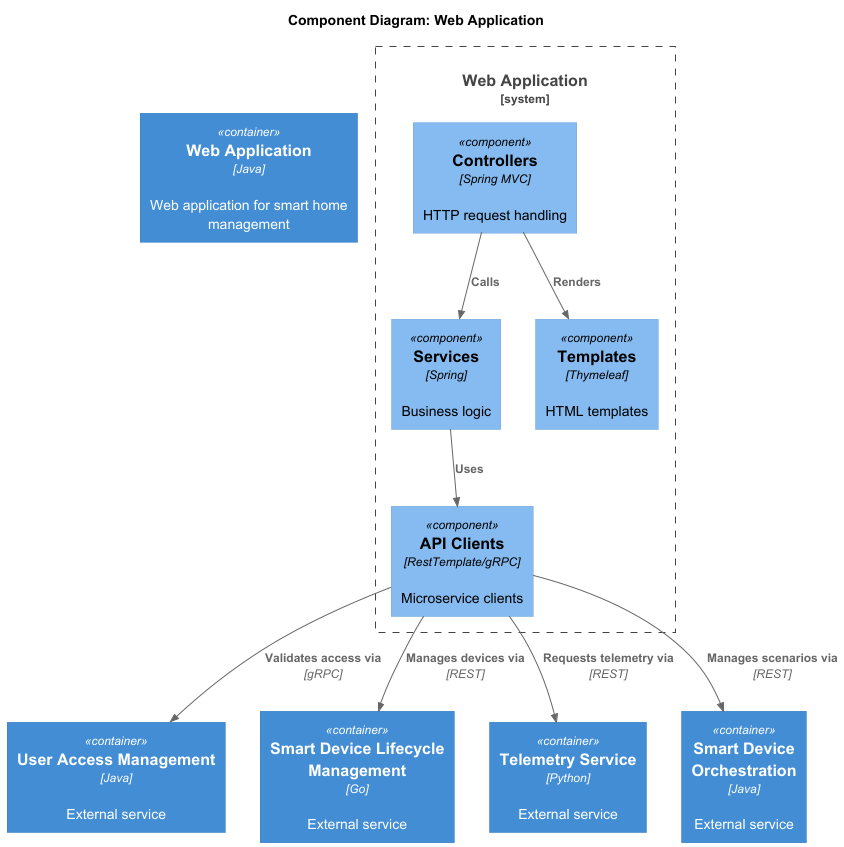
Before: diagrams/component/component_web_app.png, a diagram exported from PlantUML (winmord/architecture-pro-warmhouse).
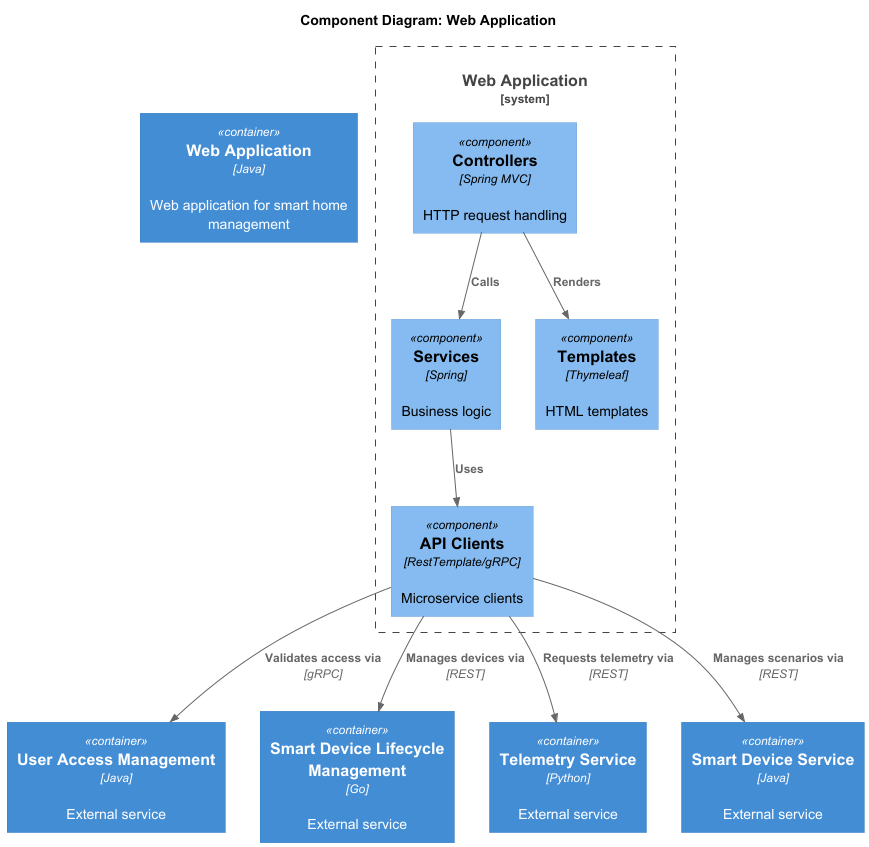
Above is the later version.

Change to the diagram source:
```diff
@@ -13,9 +13,9 @@
 }
 
 Container(user_service, "User Access Management", "Java", "External service")
-Container(device_service, "Smart Device Lifecycle Management", "Go", "External service")
+Container(device_management, "Smart Device Lifecycle Management", "Go", "External service")
 Container(telemetry_service, "Telemetry Service", "Python", "External service")
-Container(orchestrator_service, "Smart Device Orchestration", "Java", "External service")
+Container(device_service, "Smart Device Service", "Java", "External service")
 
 
 Rel(controllers, services, "Calls", "")
@@ -23,7 +23,7 @@
 Rel(services, api_clients, "Uses", "")
 
 Rel(api_clients, user_service, "Validates access via", "gRPC")
-Rel(api_clients, device_service, "Manages devices via", "REST")
+Rel(api_clients, device_management, "Manages devices via", "REST")
 Rel(api_clients, telemetry_service, "Requests telemetry via", "REST")
-Rel(api_clients, orchestrator_service, "Manages scenarios via", "REST")
+Rel(api_clients, device_service, "Manages scenarios via", "REST")
 @enduml
```
